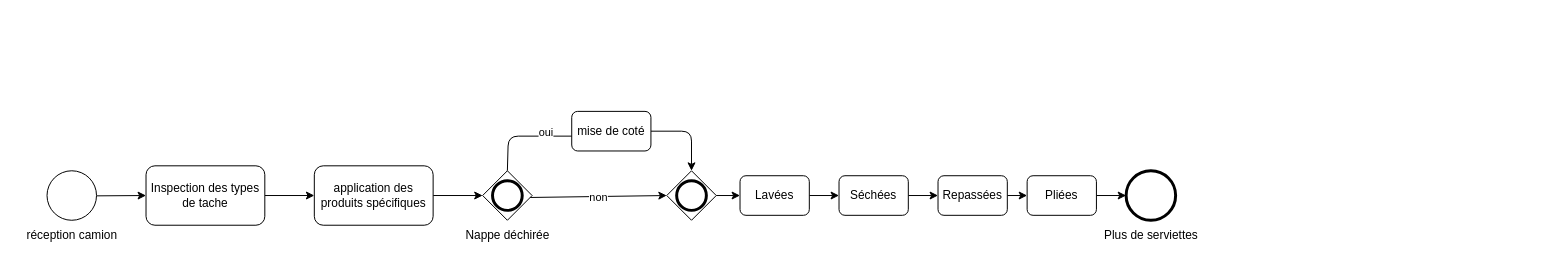
Above: R4_A_09_Management_avance_des_systemes_d_information/exo4b.drawio in Alexandre-Pascal/Semestre4 (draw.io), before the change. Source tidied: cells renumbered, new cells numbered last; positions are measured from the earlier drawing's top-left corner, leaving out a move shared by most shapes. Both pictures are drawn from the tidied source at 99%, with x=0, y=0 at pixel (17, 111).
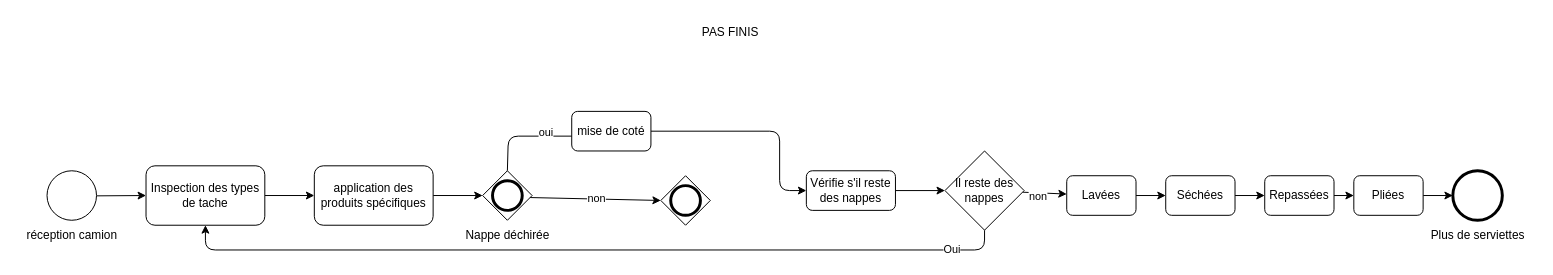
Above is the later version.

The change refers to these unchanged cells:
```xml
<mxCell id="6" value="Inspection des types de tache" style="rounded=1;whiteSpace=wrap;html=1;" parent="1" vertex="1">
  <mxGeometry x="130" y="55" width="120" height="60" as="geometry" />
</mxCell>
<mxCell id="15" value="mise de coté" style="rounded=1;whiteSpace=wrap;html=1;" parent="1" vertex="1">
  <mxGeometry x="560" width="80" height="40" as="geometry" />
</mxCell>
```

Diff of the diagram source:
```diff
@@
-    <mxCell id="14" style="edgeStyle=none;html=1;entryX=0.5;entryY=0;entryDx=0;entryDy=0;entryPerimeter=0;" parent="1" edge="1" source="15" target="17">
-      <mxGeometry relative="1" as="geometry">
-        <Array as="points">
-          <mxPoint x="681" y="20" />
-        </Array>
-      </mxGeometry>
-    </mxCell>
+    <mxCell id="29" style="edgeStyle=none;html=1;entryX=0;entryY=0.5;entryDx=0;entryDy=0;" parent="1" edge="1" source="15" target="31">
+      <mxGeometry relative="1" as="geometry">
+        <Array as="points">
+          <mxPoint x="770" y="20" />
+          <mxPoint x="770" y="80" />
+        </Array>
+      </mxGeometry>
+    </mxCell>
@@
-    <mxCell id="16" style="edgeStyle=none;html=1;" parent="1" edge="1" source="17" target="20">
-      <mxGeometry relative="1" as="geometry" />
-    </mxCell>
     <mxCell id="17" style="points=[[0.25,0.25,0],[0.5,0,0],[0.75,0.25,0],[1,0.5,0],[0.75,0.75,0],[0.5,1,0],[0.25,0.75,0],[0,0.5,0]];shape=mxgraph.bpmn.gateway2;html=1;verticalLabelPosition=bottom;labelBackgroundColor=#ffffff;verticalAlign=top;align=center;perimeter=rhombusPerimeter;outlineConnect=0;outline=end;symbol=general;" parent="1" vertex="1">
-      <mxGeometry x="656" y="60" width="50" height="50" as="geometry" />
+      <mxGeometry x="650" y="65" width="50" height="50" as="geometry" />
     </mxCell>
@@
     <mxCell id="20" value="Lavées" style="rounded=1;whiteSpace=wrap;html=1;" parent="1" vertex="1">
-      <mxGeometry x="730" y="65" width="70" height="40" as="geometry" />
+      <mxGeometry x="1060" y="65" width="70" height="40" as="geometry" />
     </mxCell>
     <mxCell id="21" style="edgeStyle=none;html=1;" parent="1" edge="1" source="22">
       <mxGeometry relative="1" as="geometry">
-        <mxPoint x="1120" y="85" as="targetPoint" />
+        <mxPoint x="1450" y="85" as="targetPoint" />
       </mxGeometry>
     </mxCell>
     <mxCell id="22" value="Pliées" style="rounded=1;whiteSpace=wrap;html=1;" parent="1" vertex="1">
-      <mxGeometry x="1020" y="65" width="70" height="40" as="geometry" />
+      <mxGeometry x="1350" y="65" width="70" height="40" as="geometry" />
     </mxCell>
@@
     <mxCell id="24" value="Repassées" style="rounded=1;whiteSpace=wrap;html=1;" parent="1" vertex="1">
-      <mxGeometry x="930" y="65" width="70" height="40" as="geometry" />
+      <mxGeometry x="1260" y="65" width="70" height="40" as="geometry" />
     </mxCell>
     <mxCell id="25" style="shape=mxgraph.bpmn.event;html=1;verticalLabelPosition=bottom;labelBackgroundColor=#ffffff;verticalAlign=top;align=center;perimeter=ellipsePerimeter;outline=end;symbol=terminate2;" parent="1" vertex="1">
-      <mxGeometry x="1120" y="60" width="50" height="50" as="geometry" />
+      <mxGeometry x="1450" y="60" width="50" height="50" as="geometry" />
     </mxCell>
@@
     <mxCell id="27" value="Séchées" style="rounded=1;whiteSpace=wrap;html=1;" parent="1" vertex="1">
-      <mxGeometry x="830" y="65" width="70" height="40" as="geometry" />
+      <mxGeometry x="1160" y="65" width="70" height="40" as="geometry" />
     </mxCell>
     <mxCell id="28" value="Plus de serviettes" style="text;html=1;align=center;verticalAlign=middle;strokeColor=none;fillColor=none;" parent="1" vertex="1">
-      <mxGeometry x="1085" y="110" width="120" height="30" as="geometry" />
+      <mxGeometry x="1415" y="110" width="120" height="30" as="geometry" />
     </mxCell>
+    <mxCell id="30" style="edgeStyle=none;html=1;" parent="1" edge="1" source="31" target="36">
+      <mxGeometry relative="1" as="geometry" />
+    </mxCell>
+    <mxCell id="31" value="Vérifie s'il reste des nappes" style="rounded=1;whiteSpace=wrap;html=1;" parent="1" vertex="1">
+      <mxGeometry x="797" y="60" width="90" height="40" as="geometry" />
+    </mxCell>
+    <mxCell id="32" style="edgeStyle=none;html=1;" parent="1" edge="1" source="36" target="20">
+      <mxGeometry relative="1" as="geometry" />
+    </mxCell>
+    <mxCell id="33" value="non" style="edgeLabel;html=1;align=center;verticalAlign=middle;" parent="32" vertex="1">
+      <mxGeometry x="-0.47" y="-1" relative="1" as="geometry">
+        <mxPoint x="3" y="2" as="offset" />
+      </mxGeometry>
+    </mxCell>
+    <mxCell id="34" style="edgeStyle=none;html=1;exitX=0.5;exitY=1;exitDx=0;exitDy=0;entryX=0.5;entryY=1;entryDx=0;entryDy=0;" parent="1" edge="1" source="36" target="6">
+      <mxGeometry relative="1" as="geometry">
+        <Array as="points">
+          <mxPoint x="977" y="140" />
+          <mxPoint x="190" y="140" />
+        </Array>
+      </mxGeometry>
+    </mxCell>
+    <mxCell id="35" value="Oui" style="edgeLabel;html=1;align=center;verticalAlign=middle;" parent="34" vertex="1">
+      <mxGeometry x="-0.87" y="-1" relative="1" as="geometry" />
+    </mxCell>
+    <mxCell id="36" value="Il reste des nappes" style="rhombus;whiteSpace=wrap;html=1;" parent="1" vertex="1">
+      <mxGeometry x="937" y="40" width="80" height="80" as="geometry" />
+    </mxCell>
+    <mxCell id="37" value="PAS FINIS" style="text;html=1;align=center;verticalAlign=middle;strokeColor=none;fillColor=none;" parent="1" vertex="1">
+      <mxGeometry x="680" y="-95" width="80" height="30" as="geometry" />
+    </mxCell>
```
